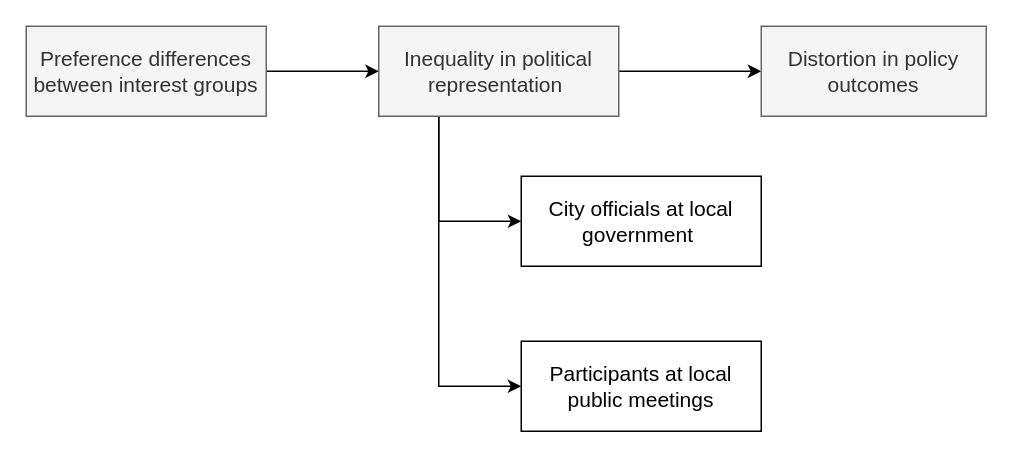
This is policy_distortion.drawio from changgge/changgge, a draw.io file, before an edit. Source tidied: cells renumbered, new cells numbered last; positions are measured from the earlier drawing's top-left corner, leaving out a move shared by most shapes. Both pictures are drawn from the tidied source at 150%, with x=0, y=0 at pixel (26, 26).
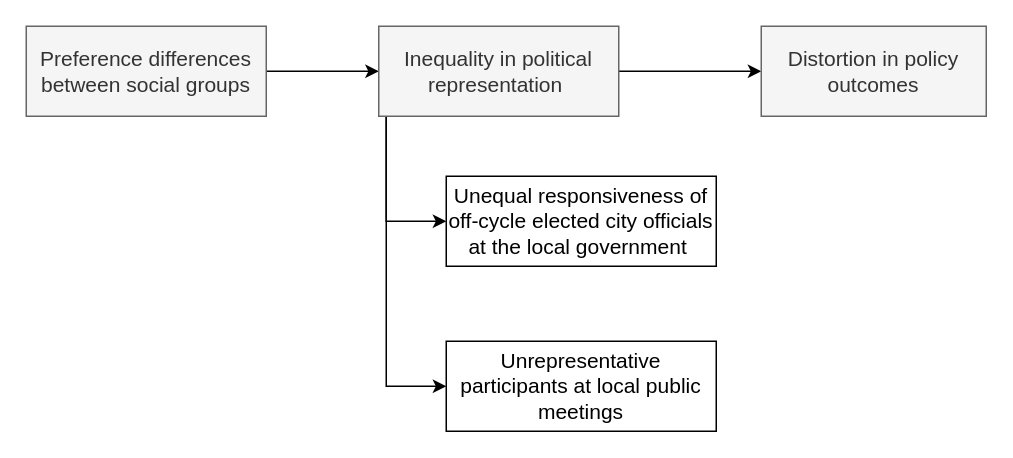
The same page after the edit.

The edit, as a diff of the source:
```diff
@@
 <mxGraphModel>
   <root>
     <mxCell id="0" />
     <mxCell id="1" parent="0" />
     <mxCell id="2" style="edgeStyle=orthogonalEdgeStyle;rounded=0;jettySize=auto;html=1;exitX=1;exitY=0.5;exitDx=0;exitDy=0;entryX=0;entryY=0.5;entryDx=0;entryDy=0;" parent="1" edge="1" source="3" target="7">
       <mxGeometry relative="1" as="geometry" />
     </mxCell>
-    <mxCell id="3" value="Preference differences between interest groups" style="text;html=1;align=center;verticalAlign=middle;whiteSpace=wrap;rounded=0;fillColor=#f5f5f5;fontColor=#333333;strokeColor=#666666;fontSize=14;" parent="1" vertex="1">
+    <mxCell id="3" value="Preference differences between social groups" style="text;html=1;align=center;verticalAlign=middle;whiteSpace=wrap;rounded=0;fillColor=#f5f5f5;fontColor=#333333;strokeColor=#666666;fontSize=14;" parent="1" vertex="1">
       <mxGeometry width="160" height="60" as="geometry" />
     </mxCell>
     <mxCell id="4" style="edgeStyle=orthogonalEdgeStyle;rounded=0;jettySize=auto;html=1;exitX=0.25;exitY=1;exitDx=0;exitDy=0;entryX=0;entryY=0.5;entryDx=0;entryDy=0;" parent="1" edge="1" source="7" target="9">
-      <mxGeometry relative="1" as="geometry" />
+      <mxGeometry relative="1" as="geometry">
+        <Array as="points">
+          <mxPoint x="240" y="60" />
+          <mxPoint x="240" y="130" />
+        </Array>
+      </mxGeometry>
     </mxCell>
-    <mxCell id="5" style="edgeStyle=orthogonalEdgeStyle;rounded=0;jettySize=auto;html=1;exitX=0.25;exitY=1;exitDx=0;exitDy=0;" parent="1" edge="1" source="7">
+    <mxCell id="5" style="edgeStyle=orthogonalEdgeStyle;rounded=0;jettySize=auto;html=1;exitX=0.25;exitY=1;exitDx=0;exitDy=0;entryX=0;entryY=0.5;entryDx=0;entryDy=0;" parent="1" edge="1" source="7" target="10">
       <mxGeometry relative="1" as="geometry">
-        <mxPoint x="330" y="240" as="targetPoint" />
         <Array as="points">
-          <mxPoint x="275" y="240" />
+          <mxPoint x="240" y="60" />
+          <mxPoint x="240" y="240" />
         </Array>
       </mxGeometry>
     </mxCell>
     <mxCell id="6" style="edgeStyle=orthogonalEdgeStyle;rounded=0;jettySize=auto;html=1;exitX=1;exitY=0.5;exitDx=0;exitDy=0;entryX=0;entryY=0.5;entryDx=0;entryDy=0;" parent="1" edge="1" source="7" target="8">
       <mxGeometry relative="1" as="geometry" />
     </mxCell>
     <mxCell id="7" value="Inequality in political representation&amp;nbsp;" style="text;html=1;align=center;verticalAlign=middle;whiteSpace=wrap;rounded=0;fillColor=#f5f5f5;fontColor=#333333;strokeColor=#666666;fontSize=14;" parent="1" vertex="1">
       <mxGeometry x="235" width="160" height="60" as="geometry" />
     </mxCell>
     <mxCell id="8" value="Distortion in policy outcomes" style="text;html=1;align=center;verticalAlign=middle;whiteSpace=wrap;rounded=0;fillColor=#f5f5f5;fontColor=#333333;strokeColor=#666666;fontSize=14;" parent="1" vertex="1">
       <mxGeometry x="490" width="150" height="60" as="geometry" />
     </mxCell>
-    <mxCell id="9" value="City officials at local government&amp;nbsp;" style="text;html=1;align=center;verticalAlign=middle;whiteSpace=wrap;rounded=0;fontSize=14;strokeColor=default;" parent="1" vertex="1">
-      <mxGeometry x="330" y="100" width="160" height="60" as="geometry" />
+    <mxCell id="9" value="Unequal responsiveness of off-cycle elected city officials at the local government&amp;nbsp;" style="text;html=1;align=center;verticalAlign=middle;whiteSpace=wrap;rounded=0;fontSize=14;strokeColor=default;" parent="1" vertex="1">
+      <mxGeometry x="280" y="100" width="180" height="60" as="geometry" />
     </mxCell>
-    <mxCell id="10" value="Participants at local public meetings" style="text;html=1;align=center;verticalAlign=middle;whiteSpace=wrap;rounded=0;fontSize=14;fillColor=none;strokeColor=default;" parent="1" vertex="1">
-      <mxGeometry x="330" y="210" width="160" height="60" as="geometry" />
+    <mxCell id="10" value="Unrepresentative participants at local public meetings" style="text;html=1;align=center;verticalAlign=middle;whiteSpace=wrap;rounded=0;fontSize=14;fillColor=none;strokeColor=default;" parent="1" vertex="1">
+      <mxGeometry x="280" y="210" width="180" height="60" as="geometry" />
     </mxCell>
   </root>
 </mxGraphModel>
```
